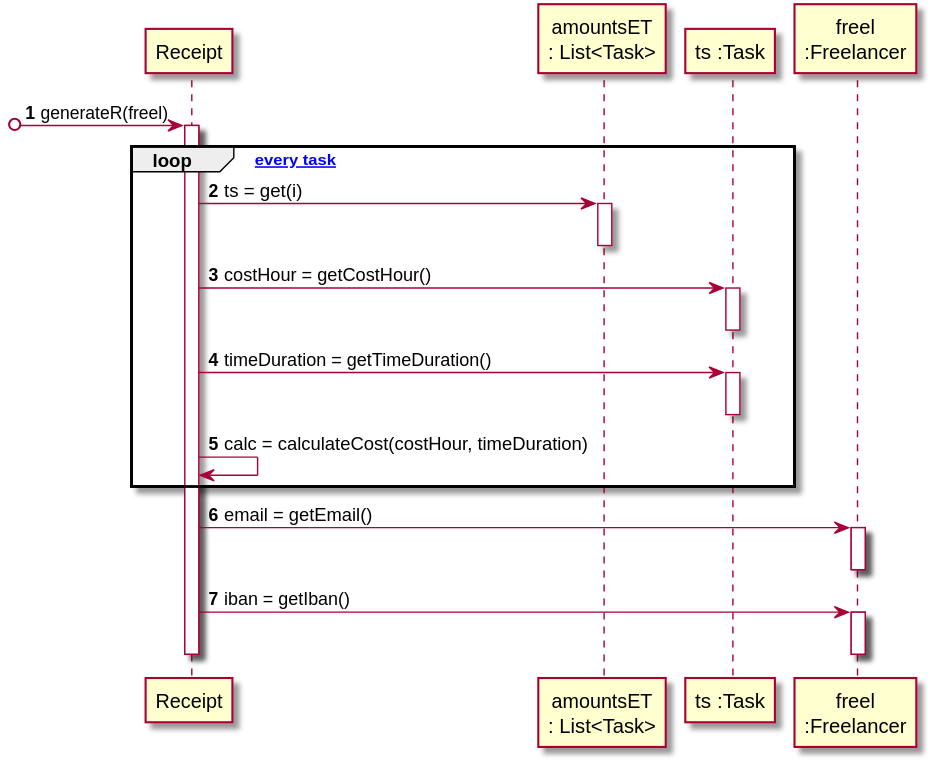
The PlantUML diagram docs/UC7 - Do Payment Automatically/UC7_SD_GenerateReceipt.svg in 1190452/LAPR2, before a commit.
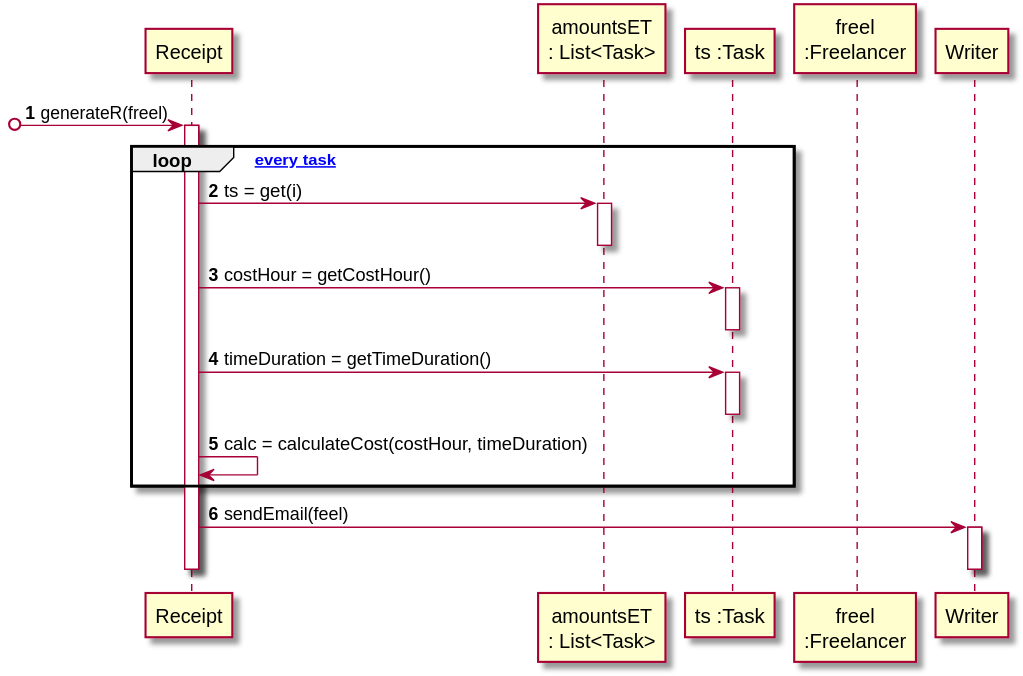
The same diagram one commit later.

Change to the diagram source:
```diff
@@ -6,6 +6,7 @@
 
 participant "ts :Task" as T
 participant "freel\n:Freelancer" as F
+participant "Writer" as W
 
 
 [o-> R : generateR(freel)
@@ -29,13 +30,11 @@
 
 
 end loop
-R -> F : email = getEmail()
-activate F
-deactivate F
 
-R -> F : iban = getIban()
-activate F
-deactivate F
+
+R -> W : sendEmail(feel)
+activate W
+deactivate W
 
 deactivate R
 @enduml
```
